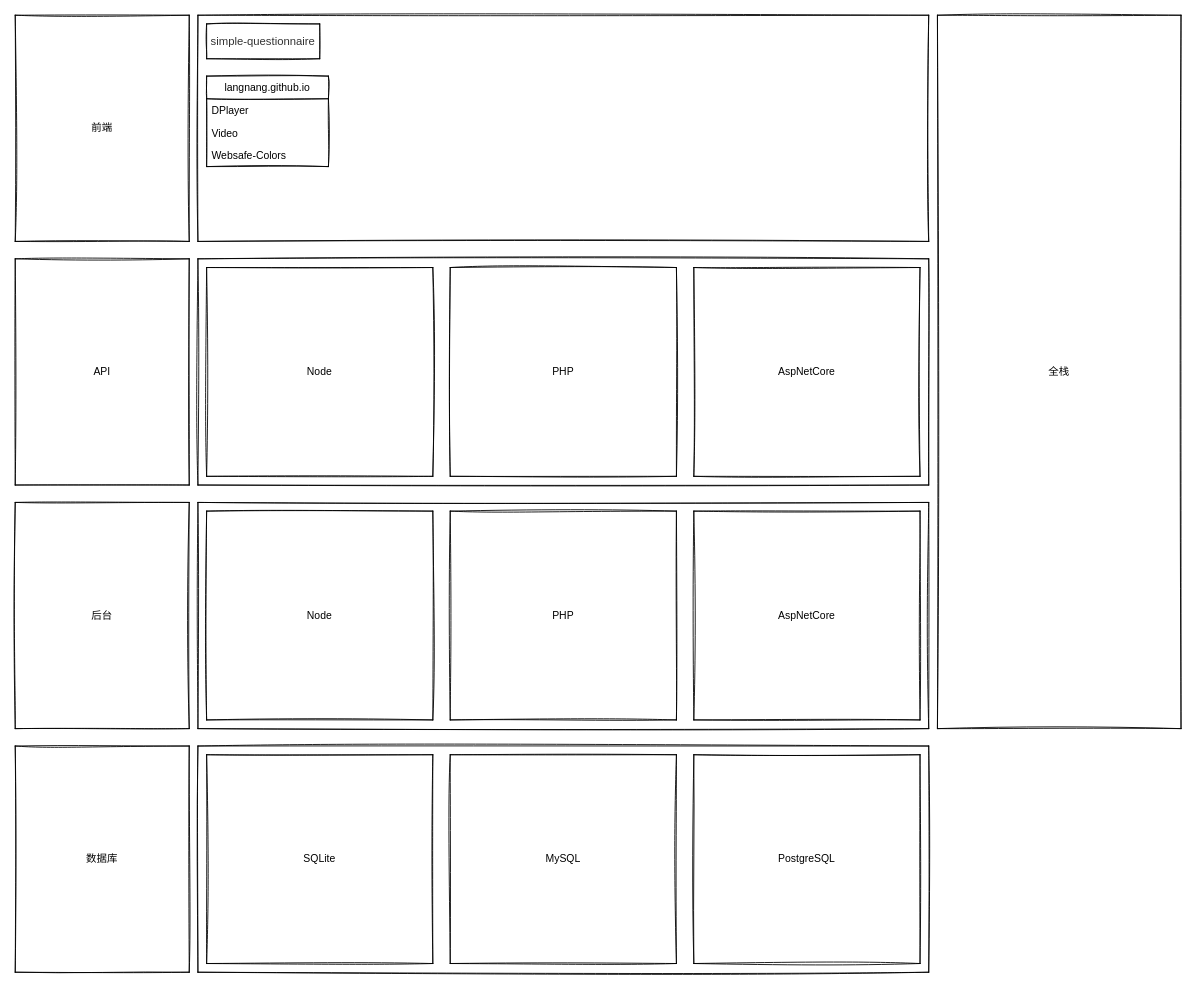
Above: org.drawio in langnang/langnang (draw.io), before the change. Source tidied: cells renumbered, new cells numbered last; positions are measured from the earlier drawing's top-left corner, leaving out a move shared by most shapes. Both pictures are drawn from the tidied source at 87%, with x=0, y=0 at pixel (15, 15).
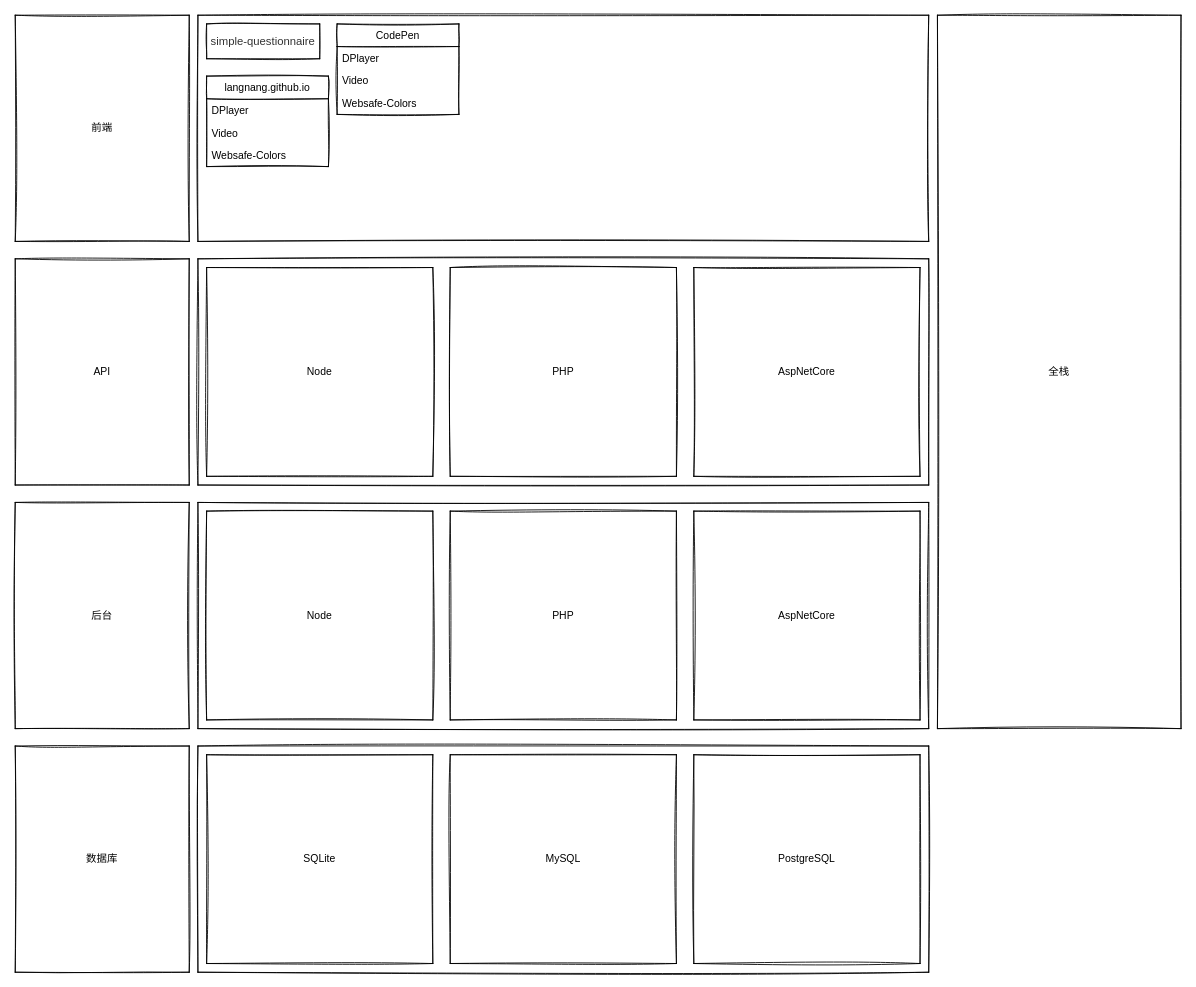
The same diagram, later.

Diff of the diagram source:
```diff
@@
+    <mxCell id="25" value="CodePen" style="swimlane;fontStyle=0;horizontal=1;startSize=26;fillColor=none;sketch=1;" parent="1" vertex="1">
+      <mxGeometry x="370" y="10" width="140" height="104" as="geometry" />
+    </mxCell>
+    <mxCell id="26" value="DPlayer" style="text;strokeColor=none;fillColor=none;align=left;verticalAlign=top;spacingLeft=4;spacingRight=4;overflow=hidden;sketch=1;shadow=0;" parent="25" vertex="1">
+      <mxGeometry y="26" width="140" height="26" as="geometry" />
+    </mxCell>
+    <mxCell id="27" value="Video" style="text;strokeColor=none;fillColor=none;align=left;verticalAlign=top;spacingLeft=4;spacingRight=4;overflow=hidden;sketch=1;" parent="25" vertex="1">
+      <mxGeometry y="52" width="140" height="26" as="geometry" />
+    </mxCell>
+    <mxCell id="28" value="Websafe-Colors" style="text;strokeColor=none;fillColor=none;align=left;verticalAlign=top;spacingLeft=4;spacingRight=4;overflow=hidden;sketch=1;" parent="25" vertex="1">
+      <mxGeometry y="78" width="140" height="26" as="geometry" />
+    </mxCell>
```
